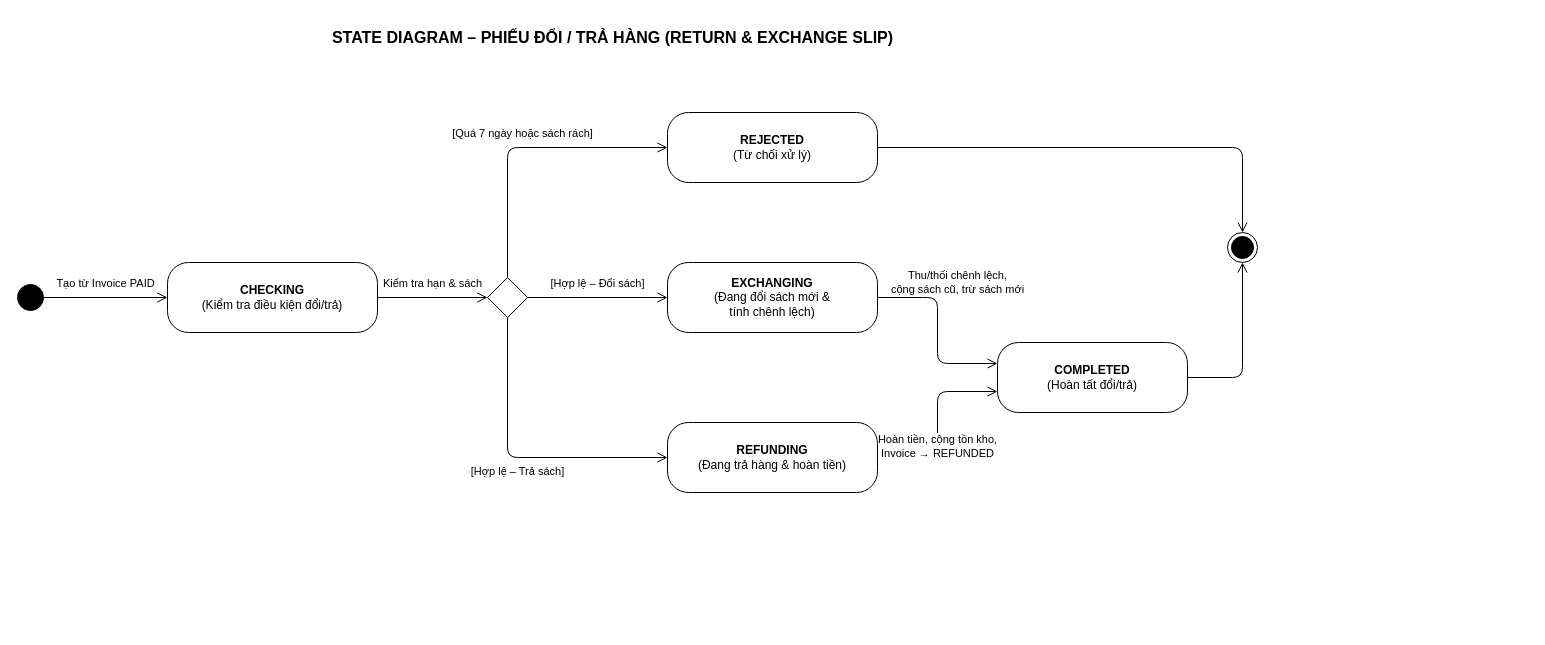
The draw.io diagram docs/diagrams/State diagram/state-return-exchange.drawio in chihai9-dev/quan-ly-nha-sach-ooad, before the edit. Source tidied: cells renumbered, new cells numbered last; positions are measured from the earlier drawing's top-left corner, leaving out a move shared by most shapes. Both pictures are drawn from the tidied source at 100%, with x=0, y=0 at pixel (17, 22).
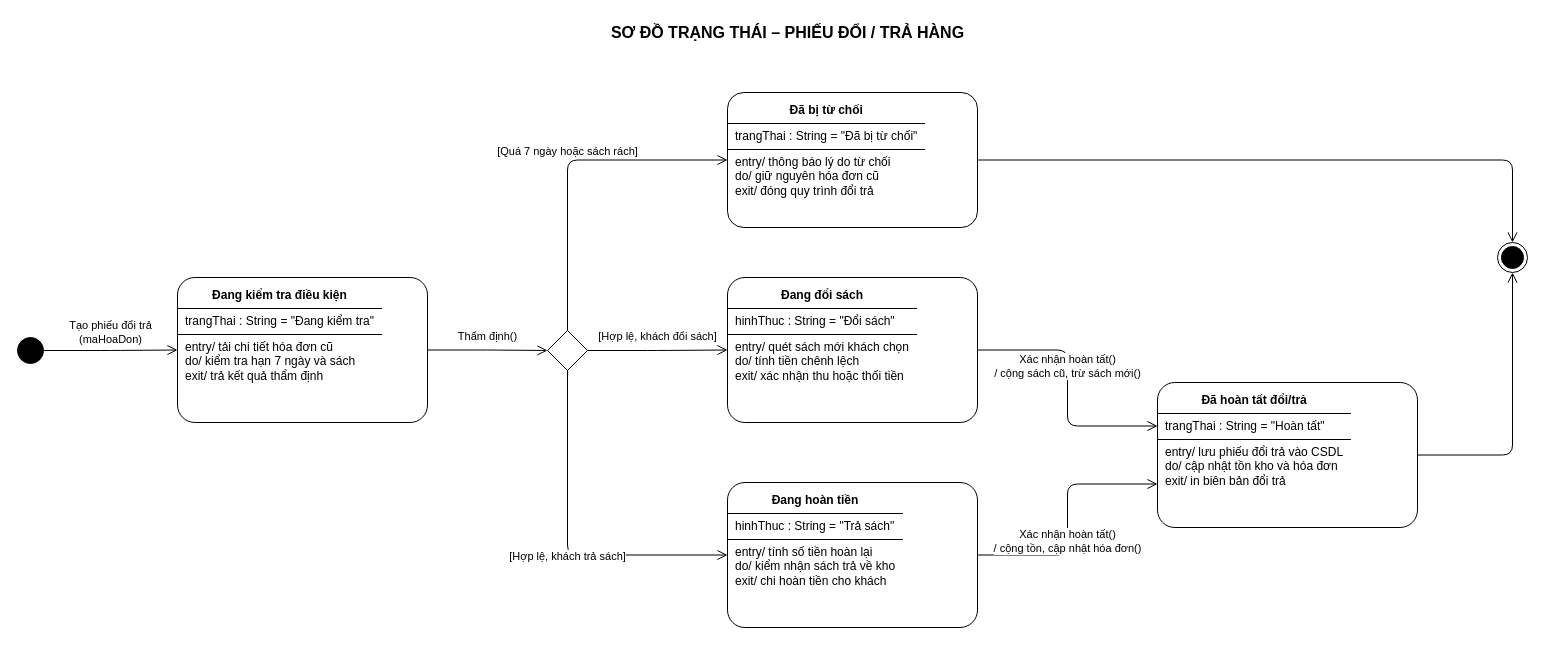
The same diagram, later.

The edit, as a diff of the source:
```diff
@@
-    <mxCell id="2" value="&lt;b&gt;STATE DIAGRAM – PHIẾU ĐỔI / TRẢ HÀNG (RETURN &amp;amp; EXCHANGE SLIP)&lt;/b&gt;" style="text;html=1;align=center;verticalAlign=middle;fontSize=16;" parent="1" vertex="1">
-      <mxGeometry x="220" width="750" height="30" as="geometry" />
+    <mxCell id="2" value="&lt;b&gt;SƠ ĐỒ TRẠNG THÁI – PHIẾU ĐỔI / TRẢ HÀNG&lt;/b&gt;" style="text;html=1;align=center;verticalAlign=middle;fontSize=16;" parent="1" vertex="1">
+      <mxGeometry x="320" y="-5" width="900" height="30" as="geometry" />
     </mxCell>
     <mxCell id="3" style="ellipse;html=1;fillColor=#000000;strokeColor=#000000;" parent="1" vertex="1">
-      <mxGeometry y="262" width="26" height="26" as="geometry" />
+      <mxGeometry y="315" width="26" height="26" as="geometry" />
     </mxCell>
-    <mxCell id="4" value="&lt;b&gt;CHECKING&lt;/b&gt;&lt;br&gt;(Kiểm tra điều kiện đổi/trả)" style="rounded=1;whiteSpace=wrap;html=1;arcSize=30;fillColor=#ffffff;strokeColor=#000000;" parent="1" vertex="1">
-      <mxGeometry x="150" y="240" width="210" height="70" as="geometry" />
+    <mxCell id="4" value="&lt;p style=&quot;margin:0;padding:6px 8px;text-align:center;&quot;&gt;&lt;b&gt;Đang kiểm tra điều kiện&lt;/b&gt;&lt;/p&gt;&lt;hr style=&quot;border:0;border-top:1px solid #000000;margin:0;&quot;/&gt;&lt;p style=&quot;margin:0;padding:5px 8px;&quot;&gt;trangThai : String = &quot;Đang kiểm tra&quot;&lt;/p&gt;&lt;hr style=&quot;border:0;border-top:1px solid #000000;margin:0;&quot;/&gt;&lt;p style=&quot;margin:0;padding:5px 8px;&quot;&gt;entry/ tải chi tiết hóa đơn cũ&lt;br/&gt;do/ kiểm tra hạn 7 ngày và sách&lt;br/&gt;exit/ trả kết quả thẩm định&lt;/p&gt;" style="rounded=1;whiteSpace=wrap;html=1;arcSize=12;fillColor=#ffffff;strokeColor=#000000;align=left;verticalAlign=top;spacing=0;fontSize=12;" parent="1" vertex="1">
+      <mxGeometry x="160" y="255" width="250" height="145" as="geometry" />
     </mxCell>
     <mxCell id="5" style="rhombus;whiteSpace=wrap;html=1;fillColor=#ffffff;strokeColor=#000000;" parent="1" vertex="1">
-      <mxGeometry x="470" y="255" width="40" height="40" as="geometry" />
+      <mxGeometry x="530" y="308" width="40" height="40" as="geometry" />
     </mxCell>
-    <mxCell id="6" value="&lt;b&gt;REJECTED&lt;/b&gt;&lt;br&gt;(Từ chối xử lý)" style="rounded=1;whiteSpace=wrap;html=1;arcSize=30;fillColor=#ffffff;strokeColor=#000000;" parent="1" vertex="1">
-      <mxGeometry x="650" y="90" width="210" height="70" as="geometry" />
+    <mxCell id="6" value="&lt;p style=&quot;margin:0;padding:6px 8px;text-align:center;&quot;&gt;&lt;b&gt;Đã bị từ chối&lt;/b&gt;&lt;/p&gt;&lt;hr style=&quot;border:0;border-top:1px solid #000000;margin:0;&quot;/&gt;&lt;p style=&quot;margin:0;padding:5px 8px;&quot;&gt;trangThai : String = &quot;Đã bị từ chối&quot;&lt;/p&gt;&lt;hr style=&quot;border:0;border-top:1px solid #000000;margin:0;&quot;/&gt;&lt;p style=&quot;margin:0;padding:5px 8px;&quot;&gt;entry/ thông báo lý do từ chối&lt;br/&gt;do/ giữ nguyên hóa đơn cũ&lt;br/&gt;exit/ đóng quy trình đổi trả&lt;/p&gt;" style="rounded=1;whiteSpace=wrap;html=1;arcSize=12;fillColor=#ffffff;strokeColor=#000000;align=left;verticalAlign=top;spacing=0;fontSize=12;" parent="1" vertex="1">
+      <mxGeometry x="710" y="70" width="250" height="135" as="geometry" />
     </mxCell>
-    <mxCell id="7" value="&lt;b&gt;EXCHANGING&lt;/b&gt;&lt;br&gt;(Đang đổi sách mới &amp;amp;&lt;br&gt;tính chênh lệch)" style="rounded=1;whiteSpace=wrap;html=1;arcSize=30;fillColor=#ffffff;strokeColor=#000000;" parent="1" vertex="1">
-      <mxGeometry x="650" y="240" width="210" height="70" as="geometry" />
+    <mxCell id="7" value="&lt;p style=&quot;margin:0;padding:6px 8px;text-align:center;&quot;&gt;&lt;b&gt;Đang đổi sách&lt;/b&gt;&lt;/p&gt;&lt;hr style=&quot;border:0;border-top:1px solid #000000;margin:0;&quot;/&gt;&lt;p style=&quot;margin:0;padding:5px 8px;&quot;&gt;hinhThuc : String = &quot;Đổi sách&quot;&lt;/p&gt;&lt;hr style=&quot;border:0;border-top:1px solid #000000;margin:0;&quot;/&gt;&lt;p style=&quot;margin:0;padding:5px 8px;&quot;&gt;entry/ quét sách mới khách chọn&lt;br/&gt;do/ tính tiền chênh lệch&lt;br/&gt;exit/ xác nhận thu hoặc thối tiền&lt;/p&gt;" style="rounded=1;whiteSpace=wrap;html=1;arcSize=12;fillColor=#ffffff;strokeColor=#000000;align=left;verticalAlign=top;spacing=0;fontSize=12;" parent="1" vertex="1">
+      <mxGeometry x="710" y="255" width="250" height="145" as="geometry" />
     </mxCell>
-    <mxCell id="8" value="&lt;b&gt;REFUNDING&lt;/b&gt;&lt;br&gt;(Đang trả hàng &amp;amp; hoàn tiền)" style="rounded=1;whiteSpace=wrap;html=1;arcSize=30;fillColor=#ffffff;strokeColor=#000000;" parent="1" vertex="1">
-      <mxGeometry x="650" y="400" width="210" height="70" as="geometry" />
+    <mxCell id="8" value="&lt;p style=&quot;margin:0;padding:6px 8px;text-align:center;&quot;&gt;&lt;b&gt;Đang hoàn tiền&lt;/b&gt;&lt;/p&gt;&lt;hr style=&quot;border:0;border-top:1px solid #000000;margin:0;&quot;/&gt;&lt;p style=&quot;margin:0;padding:5px 8px;&quot;&gt;hinhThuc : String = &quot;Trả sách&quot;&lt;/p&gt;&lt;hr style=&quot;border:0;border-top:1px solid #000000;margin:0;&quot;/&gt;&lt;p style=&quot;margin:0;padding:5px 8px;&quot;&gt;entry/ tính số tiền hoàn lại&lt;br/&gt;do/ kiểm nhận sách trả về kho&lt;br/&gt;exit/ chi hoàn tiền cho khách&lt;/p&gt;" style="rounded=1;whiteSpace=wrap;html=1;arcSize=12;fillColor=#ffffff;strokeColor=#000000;align=left;verticalAlign=top;spacing=0;fontSize=12;" parent="1" vertex="1">
+      <mxGeometry x="710" y="460" width="250" height="145" as="geometry" />
     </mxCell>
-    <mxCell id="9" value="&lt;b&gt;COMPLETED&lt;/b&gt;&lt;br&gt;(Hoàn tất đổi/trả)" style="rounded=1;whiteSpace=wrap;html=1;arcSize=30;fillColor=#ffffff;strokeColor=#000000;" parent="1" vertex="1">
-      <mxGeometry x="980" y="320" width="190" height="70" as="geometry" />
+    <mxCell id="9" value="&lt;p style=&quot;margin:0;padding:6px 8px;text-align:center;&quot;&gt;&lt;b&gt;Đã hoàn tất đổi/trả&lt;/b&gt;&lt;/p&gt;&lt;hr style=&quot;border:0;border-top:1px solid #000000;margin:0;&quot;/&gt;&lt;p style=&quot;margin:0;padding:5px 8px;&quot;&gt;trangThai : String = &quot;Hoàn tất&quot;&lt;/p&gt;&lt;hr style=&quot;border:0;border-top:1px solid #000000;margin:0;&quot;/&gt;&lt;p style=&quot;margin:0;padding:5px 8px;&quot;&gt;entry/ lưu phiếu đổi trả vào CSDL&lt;br/&gt;do/ cập nhật tồn kho và hóa đơn&lt;br/&gt;exit/ in biên bản đổi trả&lt;/p&gt;" style="rounded=1;whiteSpace=wrap;html=1;arcSize=12;fillColor=#ffffff;strokeColor=#000000;align=left;verticalAlign=top;spacing=0;fontSize=12;" parent="1" vertex="1">
+      <mxGeometry x="1140" y="360" width="260" height="145" as="geometry" />
     </mxCell>
     <mxCell id="10" style="ellipse;html=1;shape=endState;fillColor=#000000;strokeColor=#000000;" parent="1" vertex="1">
-      <mxGeometry x="1210" y="210" width="30" height="30" as="geometry" />
+      <mxGeometry x="1480" y="220" width="30" height="30" as="geometry" />
     </mxCell>
-    <mxCell id="11" value="Tạo từ Invoice PAID" style="edgeStyle=orthogonalEdgeStyle;rounded=1;html=1;endArrow=open;endSize=8;fontSize=11;labelBackgroundColor=#ffffff;" parent="1" edge="1" source="3" target="4">
-      <mxGeometry relative="1" as="geometry">
-        <mxPoint y="-14" as="offset" />
+    <mxCell id="11" value="Tạo phiếu đổi trả&lt;div&gt;(maHoaDon)&lt;/div&gt;" style="edgeStyle=orthogonalEdgeStyle;rounded=1;html=1;endArrow=open;endSize=8;fontSize=11;strokeColor=#000000;labelBackgroundColor=#ffffff;" parent="1" edge="1" source="3" target="4">
+      <mxGeometry y="18" relative="1" as="geometry">
+        <mxPoint x="18" y="-18" as="offset" />
       </mxGeometry>
     </mxCell>
-    <mxCell id="12" value="Kiểm tra hạn &amp;amp; sách" style="edgeStyle=orthogonalEdgeStyle;rounded=1;html=1;endArrow=open;endSize=8;fontSize=11;labelBackgroundColor=#ffffff;" parent="1" edge="1" source="4" target="5">
+    <mxCell id="12" value="Thẩm định()" style="edgeStyle=orthogonalEdgeStyle;rounded=1;html=1;endArrow=open;endSize=8;fontSize=11;strokeColor=#000000;labelBackgroundColor=#ffffff;" parent="1" edge="1" source="4" target="5">
       <mxGeometry relative="1" as="geometry">
         <mxPoint y="-14" as="offset" />
       </mxGeometry>
     </mxCell>
-    <mxCell id="13" value="[Quá 7 ngày hoặc sách rách]" style="edgeStyle=orthogonalEdgeStyle;rounded=1;html=1;endArrow=open;endSize=8;exitX=0.5;exitY=0;exitDx=0;exitDy=0;entryX=0;entryY=0.5;entryDx=0;entryDy=0;fontSize=11;labelBackgroundColor=#ffffff;" parent="1" edge="1" source="5" target="6">
+    <mxCell id="13" value="[Quá 7 ngày hoặc sách rách]" style="edgeStyle=orthogonalEdgeStyle;rounded=1;html=1;endArrow=open;endSize=8;fontSize=11;strokeColor=#000000;labelBackgroundColor=#ffffff;exitX=0.5;exitY=0;entryX=0;entryY=0.5;" parent="1" edge="1" source="5" target="6">
       <mxGeometry relative="1" as="geometry">
         <Array as="points">
-          <mxPoint x="490" y="125" />
+          <mxPoint x="550" y="138" />
         </Array>
         <mxPoint y="-14" as="offset" />
       </mxGeometry>
     </mxCell>
-    <mxCell id="14" value="[Hợp lệ – Đổi sách]" style="edgeStyle=orthogonalEdgeStyle;rounded=1;html=1;endArrow=open;endSize=8;fontSize=11;labelBackgroundColor=#ffffff;" parent="1" edge="1" source="5" target="7">
+    <mxCell id="14" value="[Hợp lệ, khách đổi sách]" style="edgeStyle=orthogonalEdgeStyle;rounded=1;html=1;endArrow=open;endSize=8;fontSize=11;strokeColor=#000000;labelBackgroundColor=#ffffff;" parent="1" edge="1" source="5" target="7">
       <mxGeometry relative="1" as="geometry">
         <mxPoint y="-14" as="offset" />
       </mxGeometry>
     </mxCell>
-    <mxCell id="15" value="[Hợp lệ – Trả sách]" style="edgeStyle=orthogonalEdgeStyle;rounded=1;html=1;endArrow=open;endSize=8;exitX=0.5;exitY=1;exitDx=0;exitDy=0;entryX=0;entryY=0.5;entryDx=0;entryDy=0;fontSize=11;labelBackgroundColor=#ffffff;" parent="1" edge="1" source="5" target="8">
+    <mxCell id="15" value="[Hợp lệ, khách trả sách]" style="edgeStyle=orthogonalEdgeStyle;rounded=1;html=1;endArrow=open;endSize=8;fontSize=11;strokeColor=#000000;labelBackgroundColor=#ffffff;exitX=0.5;exitY=1;entryX=0;entryY=0.5;" parent="1" edge="1" source="5" target="8">
       <mxGeometry relative="1" as="geometry">
         <Array as="points">
-          <mxPoint x="490" y="435" />
+          <mxPoint x="550" y="532" />
         </Array>
         <mxPoint y="14" as="offset" />
       </mxGeometry>
     </mxCell>
-    <mxCell id="16" value="Thu/thối chênh lệch,&lt;br&gt;cộng sách cũ, trừ sách mới" style="edgeStyle=orthogonalEdgeStyle;rounded=1;html=1;endArrow=open;endSize=8;exitX=1;exitY=0.5;exitDx=0;exitDy=0;entryX=0;entryY=0.3;entryDx=0;entryDy=0;fontSize=11;labelBackgroundColor=#ffffff;" parent="1" edge="1" source="7" target="9">
-      <mxGeometry x="-0.35" y="25" relative="1" as="geometry">
-        <mxPoint x="-5" y="-15" as="offset" />
+    <mxCell id="16" value="Xác nhận hoàn tất()&lt;br/&gt;/ cộng sách cũ, trừ sách mới()" style="edgeStyle=orthogonalEdgeStyle;rounded=1;html=1;endArrow=open;endSize=8;fontSize=11;strokeColor=#000000;labelBackgroundColor=#ffffff;exitX=1;exitY=0.5;entryX=0;entryY=0.3;" parent="1" edge="1" source="7" target="9">
+      <mxGeometry relative="1" as="geometry">
+        <mxPoint y="-22" as="offset" />
       </mxGeometry>
     </mxCell>
-    <mxCell id="17" value="Hoàn tiền, cộng tồn kho,&lt;br&gt;Invoice → REFUNDED" style="edgeStyle=orthogonalEdgeStyle;rounded=1;html=1;endArrow=open;endSize=8;exitX=1;exitY=0.5;exitDx=0;exitDy=0;entryX=0;entryY=0.7;entryDx=0;entryDy=0;fontSize=11;labelBackgroundColor=#ffffff;" parent="1" edge="1" source="8" target="9">
+    <mxCell id="17" value="Xác nhận hoàn tất()&lt;br/&gt;/ cộng tồn, cập nhật hóa đơn()" style="edgeStyle=orthogonalEdgeStyle;rounded=1;html=1;endArrow=open;endSize=8;fontSize=11;strokeColor=#000000;labelBackgroundColor=#ffffff;exitX=1;exitY=0.5;entryX=0;entryY=0.7;" parent="1" edge="1" source="8" target="9">
       <mxGeometry relative="1" as="geometry">
         <mxPoint y="22" as="offset" />
       </mxGeometry>
     </mxCell>
-    <mxCell id="18" style="edgeStyle=orthogonalEdgeStyle;rounded=1;html=1;endArrow=open;endSize=8;exitX=1;exitY=0.5;exitDx=0;exitDy=0;entryX=0.5;entryY=0;entryDx=0;entryDy=0;" parent="1" edge="1" source="6" target="10">
+    <mxCell id="18" style="edgeStyle=orthogonalEdgeStyle;rounded=1;html=1;endArrow=open;endSize=8;fontSize=11;strokeColor=#000000;labelBackgroundColor=#ffffff;exitX=1;exitY=0.5;entryX=0.5;entryY=0;" parent="1" edge="1" source="6" target="10">
       <mxGeometry relative="1" as="geometry">
         <Array as="points">
-          <mxPoint x="1225" y="125" />
+          <mxPoint x="1495" y="138" />
         </Array>
       </mxGeometry>
     </mxCell>
-    <mxCell id="19" style="edgeStyle=orthogonalEdgeStyle;rounded=1;html=1;endArrow=open;endSize=8;exitX=1;exitY=0.5;exitDx=0;exitDy=0;entryX=0.5;entryY=1;entryDx=0;entryDy=0;" parent="1" edge="1" source="9" target="10">
+    <mxCell id="19" style="edgeStyle=orthogonalEdgeStyle;rounded=1;html=1;endArrow=open;endSize=8;fontSize=11;strokeColor=#000000;labelBackgroundColor=#ffffff;exitX=1;exitY=0.5;entryX=0.5;entryY=1;" parent="1" edge="1" source="9" target="10">
       <mxGeometry relative="1" as="geometry">
         <Array as="points">
-          <mxPoint x="1225" y="355" />
+          <mxPoint x="1495" y="432" />
         </Array>
       </mxGeometry>
     </mxCell>
```
